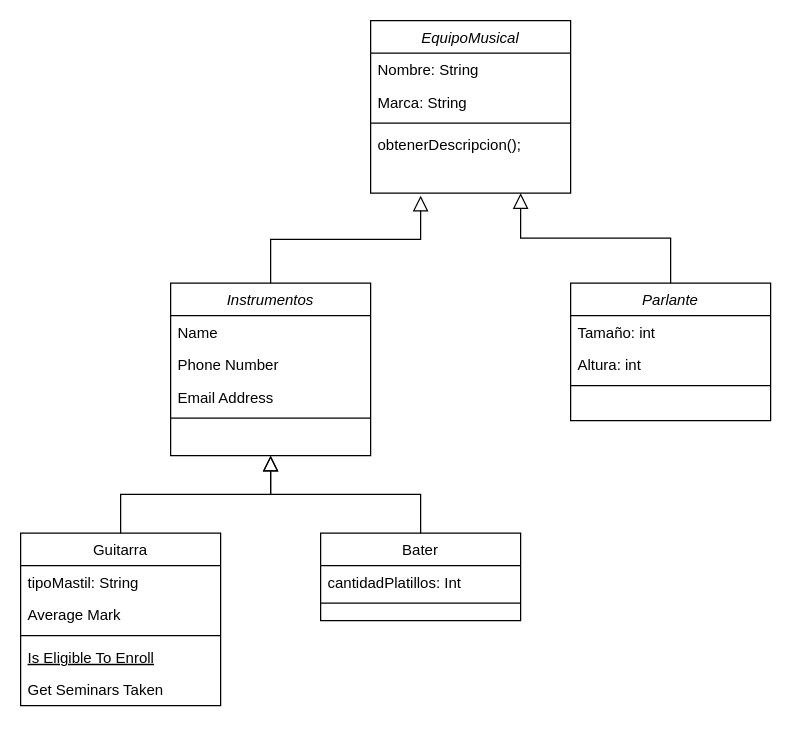
This is DC_d19.drawio from Vinceto/Diagramas, a draw.io file, before an edit. Source tidied: cells renumbered, new cells numbered last; positions are measured from the earlier drawing's top-left corner, leaving out a move shared by most shapes. Both pictures are drawn from the tidied source at 125%, with x=0, y=0 at pixel (20, 20).
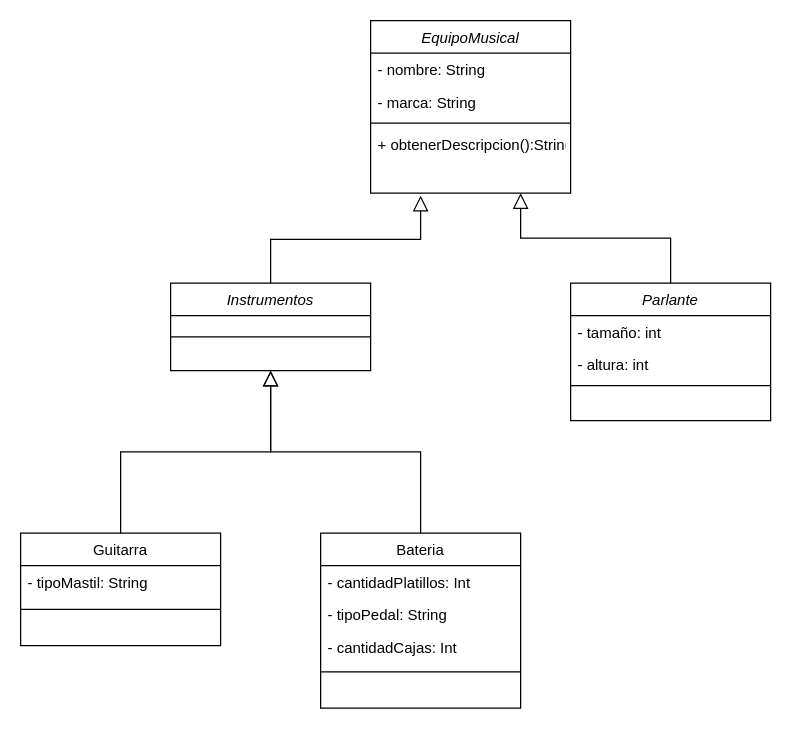
The same page after the edit.

Unchanged cells that the change refers to:
```xml
<mxCell id="18" value="EquipoMusical" style="swimlane;fontStyle=2;align=center;verticalAlign=top;horizontal=1;startSize=26;rounded=0;shadow=0;strokeWidth=1;" parent="1" vertex="1">
  <mxGeometry x="280" width="160" height="138" as="geometry" />
</mxCell>
<mxCell id="23" value="Parlante" style="swimlane;fontStyle=2;align=center;verticalAlign=top;horizontal=1;startSize=26;rounded=0;shadow=0;strokeWidth=1;" parent="1" vertex="1">
  <mxGeometry x="440" y="210" width="160" height="110" as="geometry" />
</mxCell>
```

Change to the diagram source:
```diff
@@
     <mxCell id="2" value="Instrumentos" style="swimlane;fontStyle=2;align=center;verticalAlign=top;horizontal=1;startSize=26;rounded=0;shadow=0;strokeWidth=1;" parent="1" vertex="1">
-      <mxGeometry x="120" y="210" width="160" height="138" as="geometry" />
+      <mxGeometry x="120" y="210" width="160" height="70" as="geometry" />
     </mxCell>
-    <mxCell id="3" value="Name" style="text;align=left;verticalAlign=top;spacingLeft=4;spacingRight=4;overflow=hidden;" parent="2" vertex="1">
-      <mxGeometry y="26" width="160" height="26" as="geometry" />
-    </mxCell>
-    <mxCell id="4" value="Phone Number" style="text;align=left;verticalAlign=top;spacingLeft=4;spacingRight=4;overflow=hidden;rounded=0;shadow=0;html=0;" parent="2" vertex="1">
-      <mxGeometry y="52" width="160" height="26" as="geometry" />
-    </mxCell>
-    <mxCell id="5" value="Email Address" style="text;align=left;verticalAlign=top;spacingLeft=4;spacingRight=4;overflow=hidden;rounded=0;shadow=0;html=0;" parent="2" vertex="1">
-      <mxGeometry y="78" width="160" height="26" as="geometry" />
-    </mxCell>
     <mxCell id="6" style="line;html=1;strokeWidth=1;align=left;verticalAlign=middle;spacingTop=-1;spacingLeft=3;spacingRight=3;labelPosition=right;" parent="2" vertex="1">
-      <mxGeometry y="104" width="160" height="8" as="geometry" />
+      <mxGeometry y="26" width="160" height="34" as="geometry" />
     </mxCell>
     <mxCell id="7" value="Guitarra" style="swimlane;fontStyle=0;align=center;verticalAlign=top;horizontal=1;startSize=26;rounded=0;shadow=0;strokeWidth=1;" parent="1" vertex="1">
-      <mxGeometry y="410" width="160" height="138" as="geometry" />
+      <mxGeometry y="410" width="160" height="90" as="geometry" />
     </mxCell>
-    <mxCell id="8" value="tipoMastil: String" style="text;align=left;verticalAlign=top;spacingLeft=4;spacingRight=4;overflow=hidden;" parent="7" vertex="1">
-      <mxGeometry y="26" width="160" height="26" as="geometry" />
-    </mxCell>
-    <mxCell id="9" value="Average Mark" style="text;align=left;verticalAlign=top;spacingLeft=4;spacingRight=4;overflow=hidden;rounded=0;shadow=0;html=0;" parent="7" vertex="1">
-      <mxGeometry y="52" width="160" height="26" as="geometry" />
-    </mxCell>
+    <mxCell id="29" value="- tipoMastil: String" style="text;align=left;verticalAlign=top;spacingLeft=4;spacingRight=4;overflow=hidden;" parent="7" vertex="1">
+      <mxGeometry y="26" width="160" height="26" as="geometry" />
+    </mxCell>
     <mxCell id="10" style="line;html=1;strokeWidth=1;align=left;verticalAlign=middle;spacingTop=-1;spacingLeft=3;spacingRight=3;labelPosition=right;" parent="7" vertex="1">
-      <mxGeometry y="78" width="160" height="8" as="geometry" />
+      <mxGeometry y="52" width="160" height="18" as="geometry" />
     </mxCell>
-    <mxCell id="11" value="Is Eligible To Enroll" style="text;align=left;verticalAlign=top;spacingLeft=4;spacingRight=4;overflow=hidden;fontStyle=4;" parent="7" vertex="1">
-      <mxGeometry y="86" width="160" height="26" as="geometry" />
-    </mxCell>
-    <mxCell id="12" value="Get Seminars Taken" style="text;align=left;verticalAlign=top;spacingLeft=4;spacingRight=4;overflow=hidden;" parent="7" vertex="1">
-      <mxGeometry y="112" width="160" height="26" as="geometry" />
-    </mxCell>
@@
-    <mxCell id="14" value="Bater" style="swimlane;fontStyle=0;align=center;verticalAlign=top;horizontal=1;startSize=26;rounded=0;shadow=0;strokeWidth=1;" parent="1" vertex="1">
-      <mxGeometry x="240" y="410" width="160" height="70" as="geometry" />
+    <mxCell id="14" value="Bateria" style="swimlane;fontStyle=0;align=center;verticalAlign=top;horizontal=1;startSize=26;rounded=0;shadow=0;strokeWidth=1;" parent="1" vertex="1">
+      <mxGeometry x="240" y="410" width="160" height="140" as="geometry" />
     </mxCell>
-    <mxCell id="15" value="cantidadPlatillos: Int" style="text;align=left;verticalAlign=top;spacingLeft=4;spacingRight=4;overflow=hidden;" parent="14" vertex="1">
+    <mxCell id="15" value="- cantidadPlatillos: Int" style="text;align=left;verticalAlign=top;spacingLeft=4;spacingRight=4;overflow=hidden;" parent="14" vertex="1">
       <mxGeometry y="26" width="160" height="26" as="geometry" />
     </mxCell>
+    <mxCell id="30" value="- tipoPedal: String" style="text;align=left;verticalAlign=top;spacingLeft=4;spacingRight=4;overflow=hidden;" parent="14" vertex="1">
+      <mxGeometry y="52" width="160" height="26" as="geometry" />
+    </mxCell>
+    <mxCell id="31" value="- cantidadCajas: Int" style="text;align=left;verticalAlign=top;spacingLeft=4;spacingRight=4;overflow=hidden;" parent="14" vertex="1">
+      <mxGeometry y="78" width="160" height="24" as="geometry" />
+    </mxCell>
     <mxCell id="16" style="line;html=1;strokeWidth=1;align=left;verticalAlign=middle;spacingTop=-1;spacingLeft=3;spacingRight=3;labelPosition=right;" parent="14" vertex="1">
-      <mxGeometry y="52" width="160" height="8" as="geometry" />
+      <mxGeometry y="102" width="160" height="18" as="geometry" />
     </mxCell>
@@
-    <mxCell id="19" value="Nombre: String" style="text;align=left;verticalAlign=top;spacingLeft=4;spacingRight=4;overflow=hidden;" parent="18" vertex="1">
+    <mxCell id="19" value="- nombre: String" style="text;align=left;verticalAlign=top;spacingLeft=4;spacingRight=4;overflow=hidden;" parent="18" vertex="1">
       <mxGeometry y="26" width="160" height="26" as="geometry" />
     </mxCell>
-    <mxCell id="20" value="Marca: String" style="text;align=left;verticalAlign=top;spacingLeft=4;spacingRight=4;overflow=hidden;rounded=0;shadow=0;html=0;" parent="18" vertex="1">
+    <mxCell id="20" value="- marca: String" style="text;align=left;verticalAlign=top;spacingLeft=4;spacingRight=4;overflow=hidden;rounded=0;shadow=0;html=0;" parent="18" vertex="1">
       <mxGeometry y="52" width="160" height="26" as="geometry" />
     </mxCell>
@@
-    <mxCell id="22" value="obtenerDescripcion();" style="text;align=left;verticalAlign=top;spacingLeft=4;spacingRight=4;overflow=hidden;" parent="18" vertex="1">
+    <mxCell id="22" value="+ obtenerDescripcion():String" style="text;align=left;verticalAlign=top;spacingLeft=4;spacingRight=4;overflow=hidden;" parent="18" vertex="1">
       <mxGeometry y="86" width="160" height="26" as="geometry" />
     </mxCell>
@@
-    <mxCell id="24" value="Tamaño: int" style="text;align=left;verticalAlign=top;spacingLeft=4;spacingRight=4;overflow=hidden;" parent="23" vertex="1">
+    <mxCell id="24" value="- tamaño: int" style="text;align=left;verticalAlign=top;spacingLeft=4;spacingRight=4;overflow=hidden;" parent="23" vertex="1">
       <mxGeometry y="26" width="160" height="26" as="geometry" />
     </mxCell>
-    <mxCell id="25" value="Altura: int" style="text;align=left;verticalAlign=top;spacingLeft=4;spacingRight=4;overflow=hidden;rounded=0;shadow=0;html=0;" parent="23" vertex="1">
+    <mxCell id="25" value="- altura: int" style="text;align=left;verticalAlign=top;spacingLeft=4;spacingRight=4;overflow=hidden;rounded=0;shadow=0;html=0;" parent="23" vertex="1">
       <mxGeometry y="52" width="160" height="26" as="geometry" />
     </mxCell>
```
